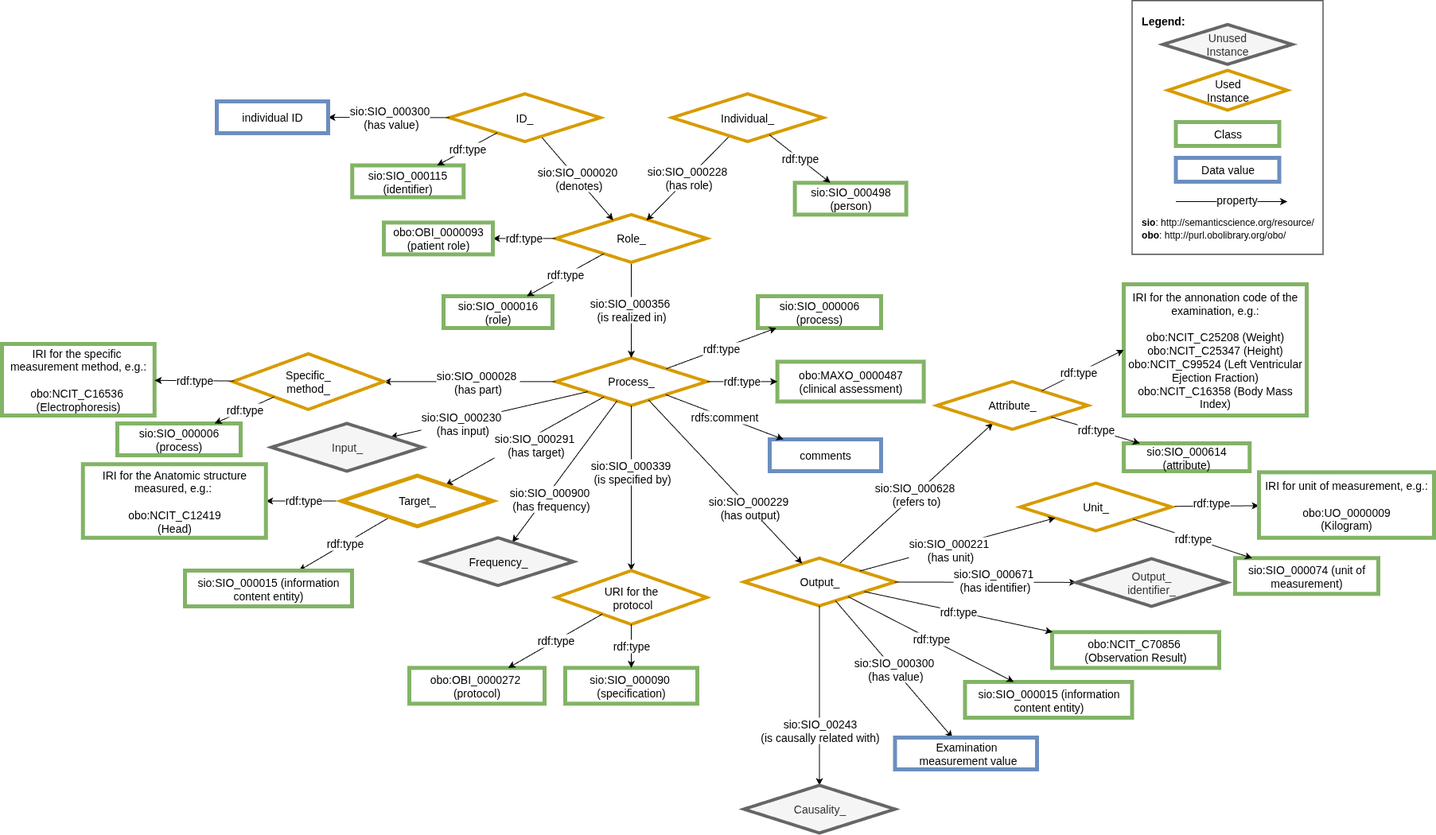
CARE-SM/CARE-Semantic-Model keeps this draw.io diagram as images/obo/CARE-SM-obo-Examination.drawio.png. Above is the earlier version. Source tidied: cells renumbered, new cells last; positions are measured from the earlier drawing's top-left corner, leaving out a move shared by most shapes.
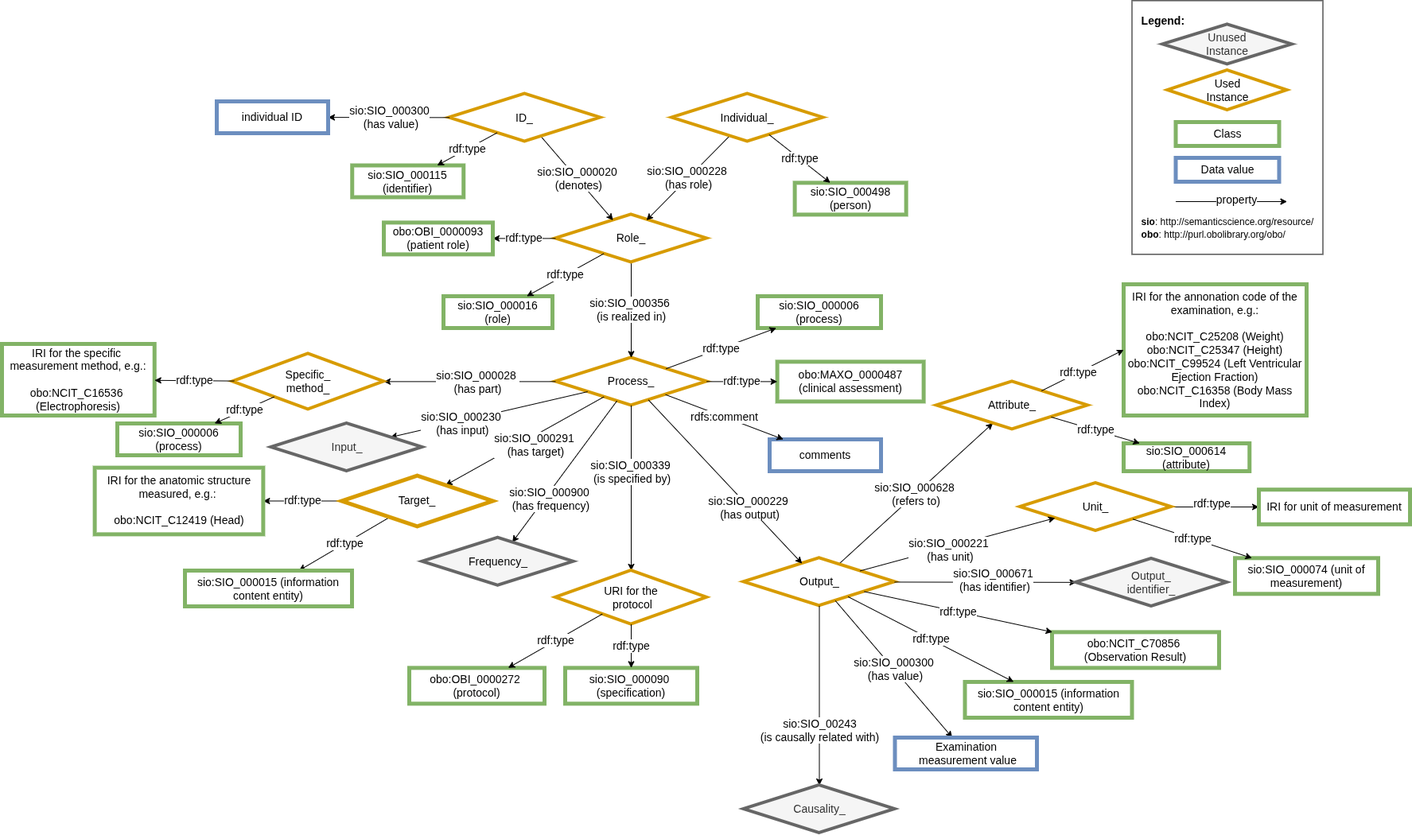
The same diagram one commit later.

What changed in the source:
```diff
@@ -117,8 +117,8 @@
         <mxPoint x="-1" as="offset" />
       </mxGeometry>
     </mxCell>
-    <mxCell id="37" value="IRI for unit of measurement, e.g.:&lt;div&gt;&lt;br&gt;&lt;div&gt;obo:UO_0000009&lt;/div&gt;&lt;div&gt;(Kilogram)&lt;/div&gt;&lt;/div&gt;" style="whiteSpace=wrap;html=1;fillColor=#FFFFFF;strokeColor=#82b366;strokeWidth=5;fontSize=14;" parent="1" vertex="1">
-      <mxGeometry x="1580" y="593.4" width="220" height="82.4" as="geometry" />
+    <mxCell id="37" value="IRI for unit of measurement" style="whiteSpace=wrap;html=1;fillColor=#FFFFFF;strokeColor=#82b366;strokeWidth=5;fontSize=14;" parent="1" vertex="1">
+      <mxGeometry x="1580" y="615.2" width="190" height="43.6" as="geometry" />
     </mxCell>
     <mxCell id="38" value="Unit_" style="rhombus;whiteSpace=wrap;html=1;fillColor=#FFFFFF;strokeColor=#D79B00;perimeter=rhombusPerimeter;arcSize=20;comic=0;enumerate=0;strokeWidth=4;rounded=0;fontSize=14;" parent="1" vertex="1">
       <mxGeometry x="1280" y="607" width="190" height="60" as="geometry" />
@@ -144,8 +144,8 @@
     <mxCell id="45" value="rdf:type" style="edgeStyle=none;rounded=0;jettySize=auto;html=1;fontSize=14;" parent="1" edge="1" source="49" target="46">
       <mxGeometry relative="1" as="geometry" />
     </mxCell>
-    <mxCell id="46" value="IRI for the Anatomic structure measured, e.g.:&amp;nbsp;&lt;div&gt;&lt;br&gt;&lt;/div&gt;&lt;div&gt;obo:NCIT_C12419&lt;/div&gt;&lt;div&gt;(Head)&lt;/div&gt;" style="whiteSpace=wrap;html=1;fillColor=#FFFFFF;strokeColor=#82b366;strokeWidth=5;fontSize=14;" parent="1" vertex="1">
-      <mxGeometry x="101.8" y="583.2" width="230" height="92.5" as="geometry" />
+    <mxCell id="46" value="IRI for the anatomic structure measured, e.g.:&amp;nbsp;&lt;div&gt;&lt;br&gt;&lt;/div&gt;&lt;div&gt;obo:NCIT_C12419&amp;nbsp;&lt;span style=&quot;background-color: transparent; color: light-dark(rgb(0, 0, 0), rgb(255, 255, 255));&quot;&gt;(Head)&lt;/span&gt;&lt;/div&gt;" style="whiteSpace=wrap;html=1;fillColor=#FFFFFF;strokeColor=#82b366;strokeWidth=5;fontSize=14;" parent="1" vertex="1">
+      <mxGeometry x="116.6" y="587.6" width="211.8" height="83.8" as="geometry" />
     </mxCell>
     <mxCell id="47" value="rdf:type" style="edgeStyle=none;rounded=0;jettySize=auto;html=1;fontSize=14;" parent="1" edge="1" source="49" target="48">
       <mxGeometry relative="1" as="geometry" />
```
